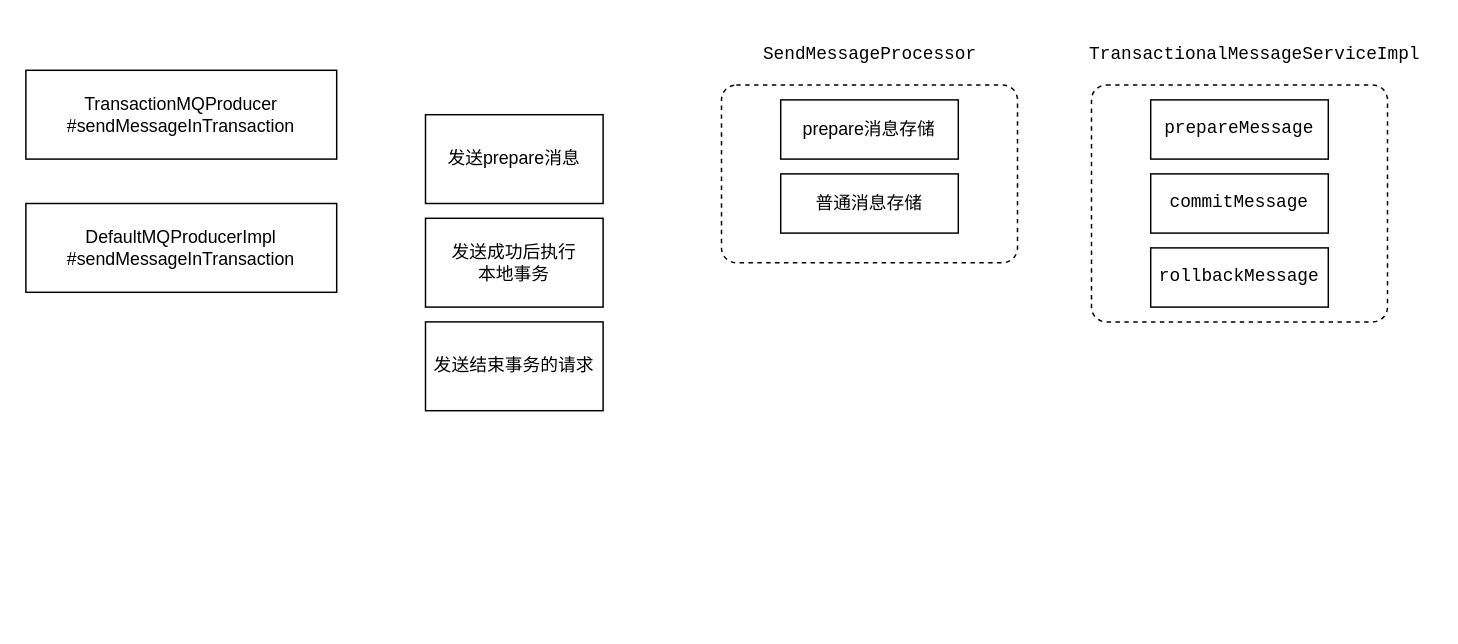
The draw.io diagram rocketmq/事务消息.drawio in erlieStar/diagrams, before the edit. Source tidied: cells renumbered, new cells numbered last; positions are measured from the earlier drawing's top-left corner, leaving out a move shared by most shapes. Both pictures are drawn from the tidied source at 148%, with x=0, y=0 at pixel (25, 25).
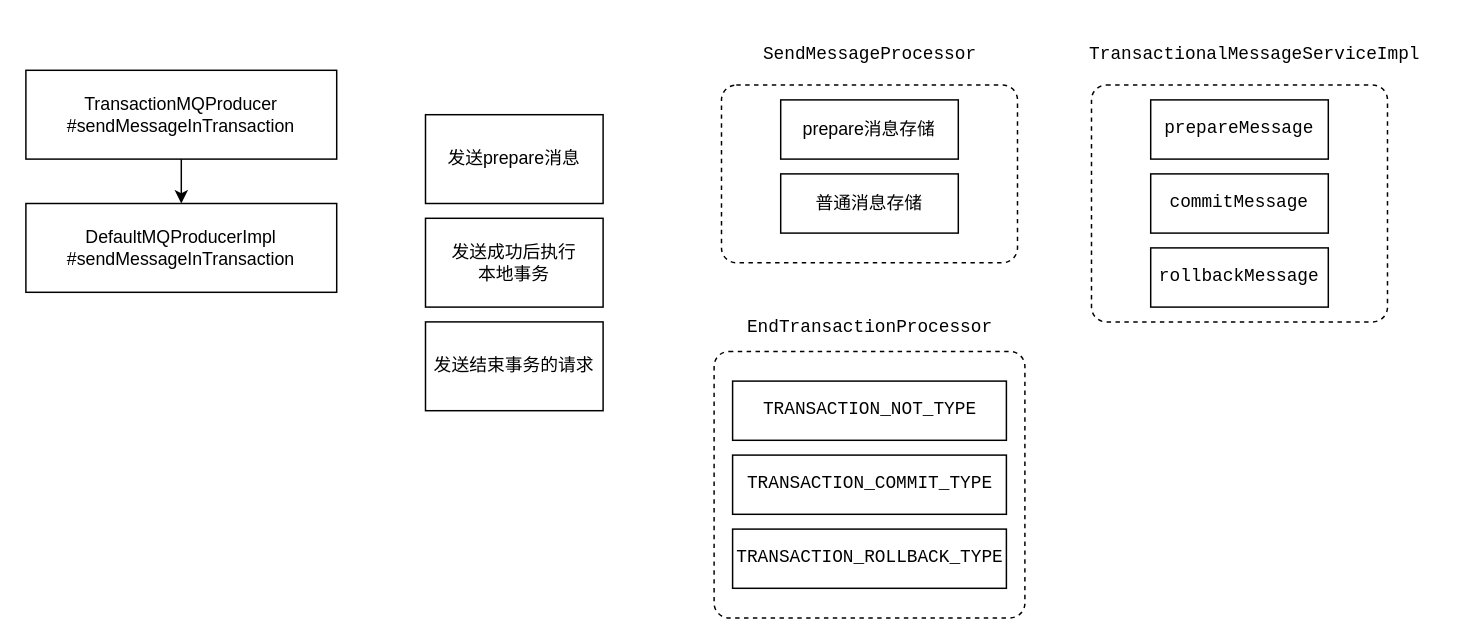
The same page after the edit.

The change refers to these unchanged cells:
```xml
<mxCell id="2" value="TransactionMQProducer&lt;br&gt;#sendMessageInTransaction" style="rounded=0;whiteSpace=wrap;html=1;" parent="1" vertex="1">
  <mxGeometry y="30" width="210" height="60" as="geometry" />
</mxCell>
<mxCell id="3" value="DefaultMQProducerImpl&lt;br&gt;#sendMessageInTransaction" style="rounded=0;whiteSpace=wrap;html=1;" parent="1" vertex="1">
  <mxGeometry y="120" width="210" height="60" as="geometry" />
</mxCell>
```

The edit, as a diff of the source:
```diff
@@
+    <mxCell id="16" style="edgeStyle=orthogonalEdgeStyle;rounded=0;jettySize=auto;html=1;" parent="1" edge="1" source="2" target="3">
+      <mxGeometry relative="1" as="geometry" />
+    </mxCell>
@@
+    <mxCell id="17" style="html=1;align=center;verticalAlign=top;rounded=1;absoluteArcSize=1;arcSize=20;dashed=1;" parent="1" vertex="1">
+      <mxGeometry x="465" y="220" width="210" height="180" as="geometry" />
+    </mxCell>
+    <mxCell id="18" value="&lt;pre&gt;&lt;pre&gt;EndTransactionProcessor&lt;/pre&gt;&lt;/pre&gt;" style="text;html=1;align=center;verticalAlign=middle;strokeColor=none;fillColor=none;" parent="1" vertex="1">
+      <mxGeometry x="480" y="184" width="180" height="40" as="geometry" />
+    </mxCell>
+    <mxCell id="19" value="&lt;pre&gt;TRANSACTION_NOT_TYPE&lt;/pre&gt;" style="rounded=0;whiteSpace=wrap;html=1;" parent="1" vertex="1">
+      <mxGeometry x="477.5" y="240" width="185" height="40" as="geometry" />
+    </mxCell>
+    <mxCell id="20" value="&lt;pre&gt;&lt;pre&gt;TRANSACTION_COMMIT_TYPE&lt;/pre&gt;&lt;/pre&gt;" style="rounded=0;whiteSpace=wrap;html=1;" parent="1" vertex="1">
+      <mxGeometry x="477.5" y="290" width="185" height="40" as="geometry" />
+    </mxCell>
+    <mxCell id="21" value="&lt;pre&gt;&lt;pre&gt;&lt;pre&gt;TRANSACTION_ROLLBACK_TYPE&lt;/pre&gt;&lt;/pre&gt;&lt;/pre&gt;" style="rounded=0;whiteSpace=wrap;html=1;" parent="1" vertex="1">
+      <mxGeometry x="477.5" y="340" width="185" height="40" as="geometry" />
+    </mxCell>
```
